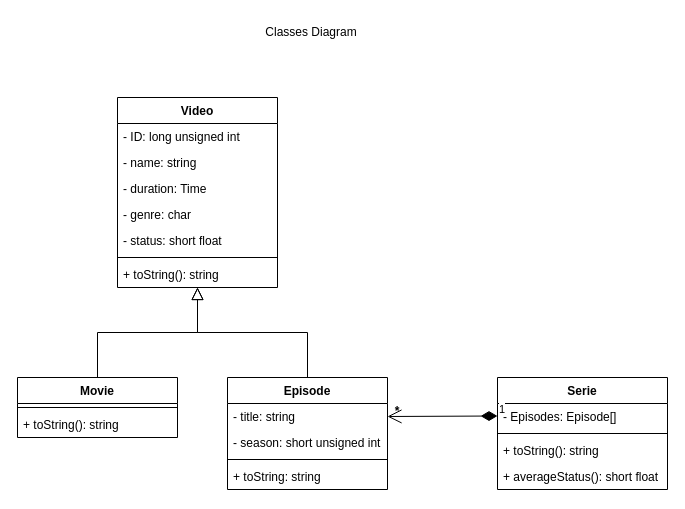
Before: Classes Diagram.drawio in AntonioLaurance/Modelado-de-Streaming, a draw.io diagram. Source tidied: cells renumbered, new cells numbered last; positions are measured from the earlier drawing's top-left corner, leaving out a move shared by most shapes. Both pictures are drawn from the tidied source at 100%, with x=0, y=0 at pixel (17, 17).
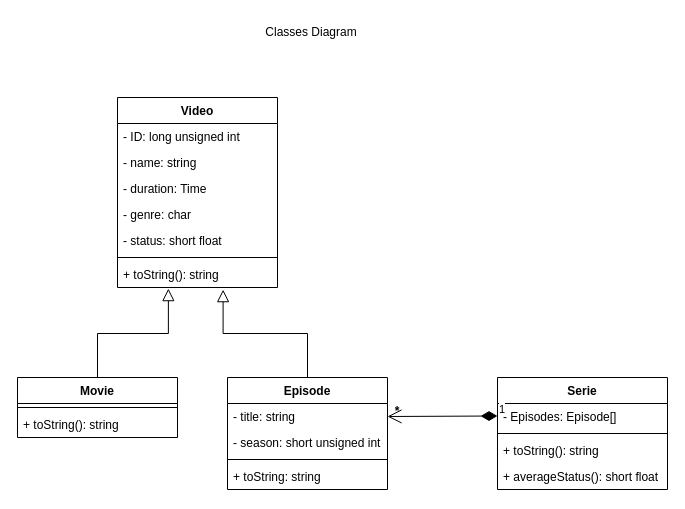
The same page after the edit.

The change refers to these unchanged cells:
```xml
<mxCell id="2" value="Video" style="swimlane;fontStyle=1;align=center;verticalAlign=top;horizontal=1;startSize=26;rounded=0;shadow=0;strokeWidth=1;" parent="1" vertex="1">
  <mxGeometry x="100" y="80" width="160" height="190" as="geometry" />
</mxCell>
<mxCell id="9" value="+ toString(): string" style="text;align=left;verticalAlign=top;spacingLeft=4;spacingRight=4;overflow=hidden;points=[[0,0.5],[1,0.5]];portConstraint=eastwest;" parent="2" vertex="1">
  <mxGeometry y="164" width="160" height="26" as="geometry" />
</mxCell>
<mxCell id="10" value="Movie" style="swimlane;fontStyle=1;align=center;verticalAlign=top;horizontal=1;startSize=26;rounded=0;shadow=0;strokeWidth=1;" parent="1" vertex="1">
  <mxGeometry y="360" width="160" height="60" as="geometry" />
</mxCell>
<mxCell id="14" value="Episode" style="swimlane;fontStyle=1;align=center;verticalAlign=top;horizontal=1;startSize=26;rounded=0;shadow=0;strokeWidth=1;" parent="1" vertex="1">
  <mxGeometry x="210" y="360" width="160" height="112" as="geometry" />
</mxCell>
```

Diff of the diagram source:
```diff
@@
-    <mxCell id="13" style="endArrow=block;endSize=10;endFill=0;shadow=0;strokeWidth=1;rounded=0;edgeStyle=elbowEdgeStyle;elbow=vertical;" parent="1" edge="1" source="10" target="2">
+    <mxCell id="13" style="endArrow=block;endSize=10;endFill=0;shadow=0;strokeWidth=1;rounded=0;edgeStyle=elbowEdgeStyle;elbow=vertical;entryX=0.318;entryY=1.043;entryDx=0;entryDy=0;entryPerimeter=0;" parent="1" edge="1" source="10" target="9">
       <mxGeometry relative="1" as="geometry" />
     </mxCell>
@@
-    <mxCell id="19" style="endArrow=block;endSize=10;endFill=0;shadow=0;strokeWidth=1;rounded=0;edgeStyle=elbowEdgeStyle;elbow=vertical;" parent="1" edge="1" source="14" target="2">
+    <mxCell id="19" style="endArrow=block;endSize=10;endFill=0;shadow=0;strokeWidth=1;rounded=0;edgeStyle=elbowEdgeStyle;elbow=vertical;entryX=0.66;entryY=1.083;entryDx=0;entryDy=0;entryPerimeter=0;" parent="1" edge="1" source="14" target="9">
       <mxGeometry relative="1" as="geometry" />
     </mxCell>
```
